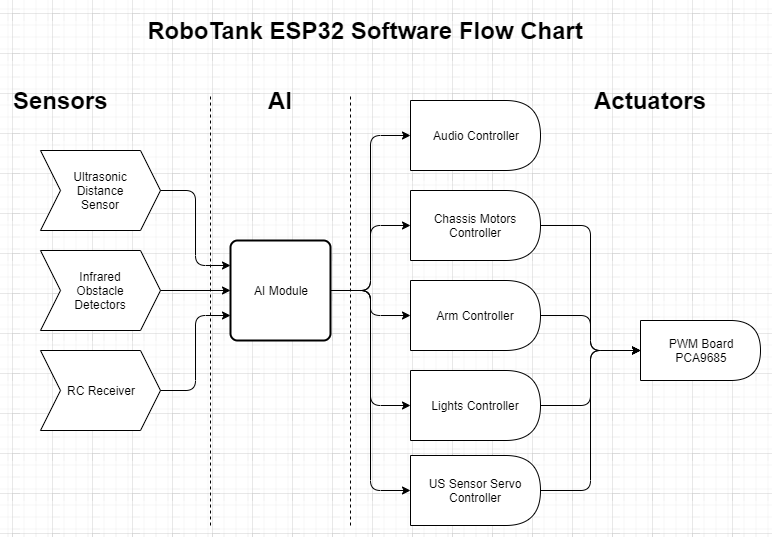
Before: schematics/flow chart.png, a diagram exported from draw.io (rmaryan/RoboTank-ESP32). Source tidied: cells renumbered, new cells last; positions are measured from the earlier drawing's top-left corner, leaving out a move shared by most shapes.
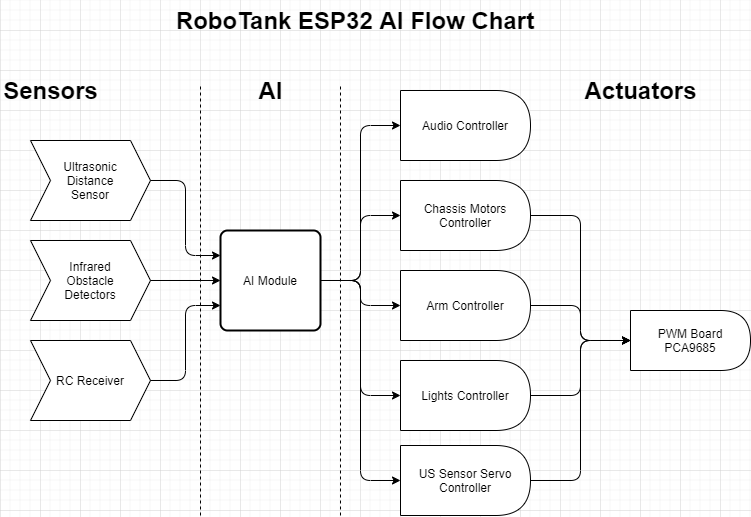
Above is the later version.

Change to the diagram source:
```diff
@@ -11,7 +11,7 @@
     <mxCell id="4" value="Infrared&lt;br&gt;Obstacle&lt;br&gt;Detectors" style="shape=step;perimeter=stepPerimeter;whiteSpace=wrap;html=1;fixedSize=1;" parent="1" vertex="1">
       <mxGeometry x="30" y="240" width="120" height="80" as="geometry" />
     </mxCell>
-    <mxCell id="5" value="RoboTank ESP32 Software Flow Chart" style="text;html=1;strokeColor=none;fillColor=none;align=center;verticalAlign=middle;whiteSpace=wrap;rounded=0;fontSize=24;fontStyle=1;" parent="1" vertex="1">
+    <mxCell id="5" value="RoboTank ESP32 AI Flow Chart" style="text;html=1;strokeColor=none;fillColor=none;align=center;verticalAlign=middle;whiteSpace=wrap;rounded=0;fontSize=24;fontStyle=1;" parent="1" vertex="1">
       <mxGeometry x="130" width="450" height="40" as="geometry" />
     </mxCell>
     <mxCell id="6" value="RC Receiver" style="shape=step;perimeter=stepPerimeter;whiteSpace=wrap;html=1;fixedSize=1;" parent="1" vertex="1">
```
